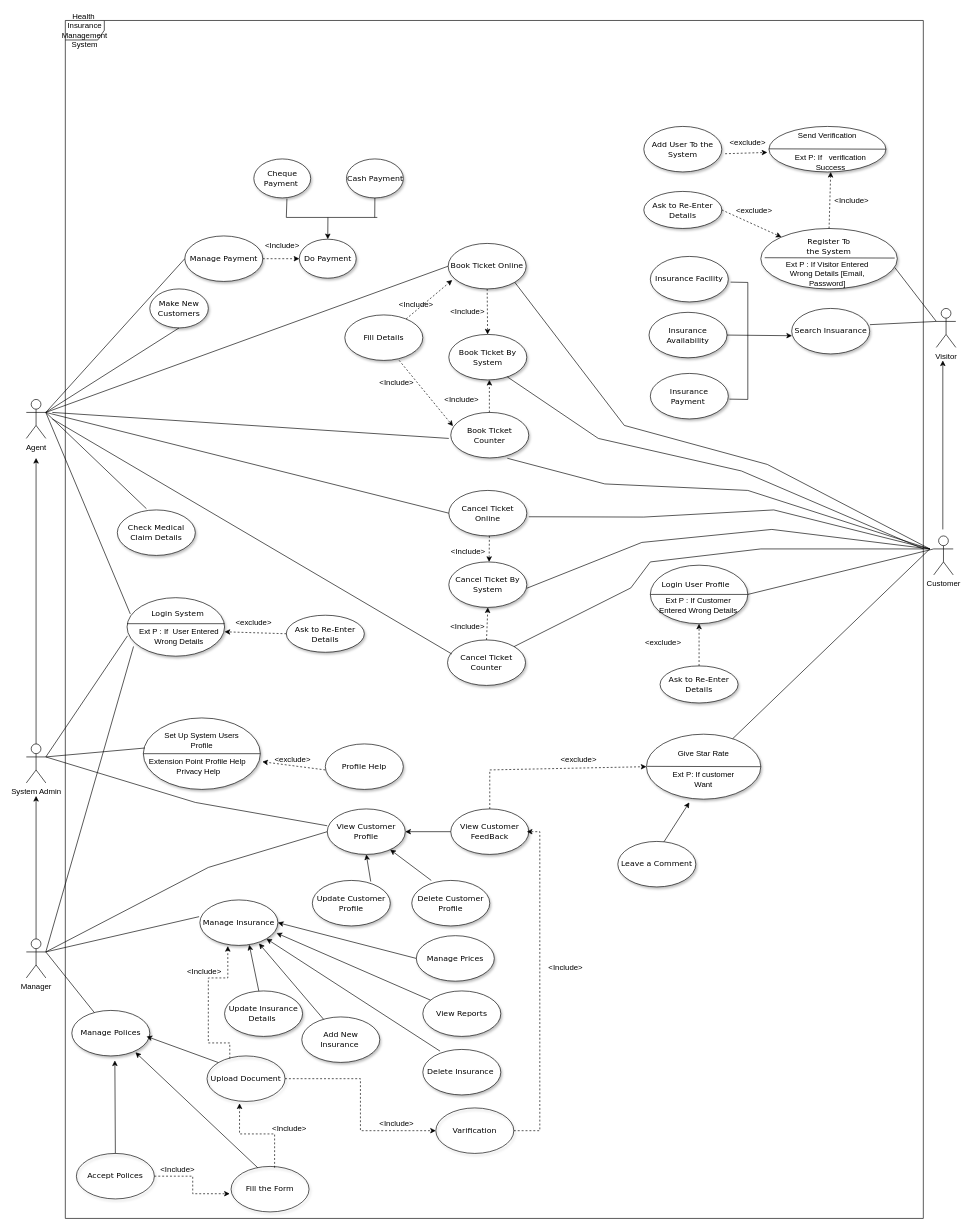
rivinduchamath/Helth-Insurance- keeps this draw.io diagram as Untitled Diagram.drawio. Above is the earlier version. Source tidied: cells renumbered, new cells numbered last; positions are measured from the earlier drawing's top-left corner, leaving out a move shared by most shapes. Both pictures are drawn from the tidied source at 65%, with x=0, y=0 at pixel (26, 20).
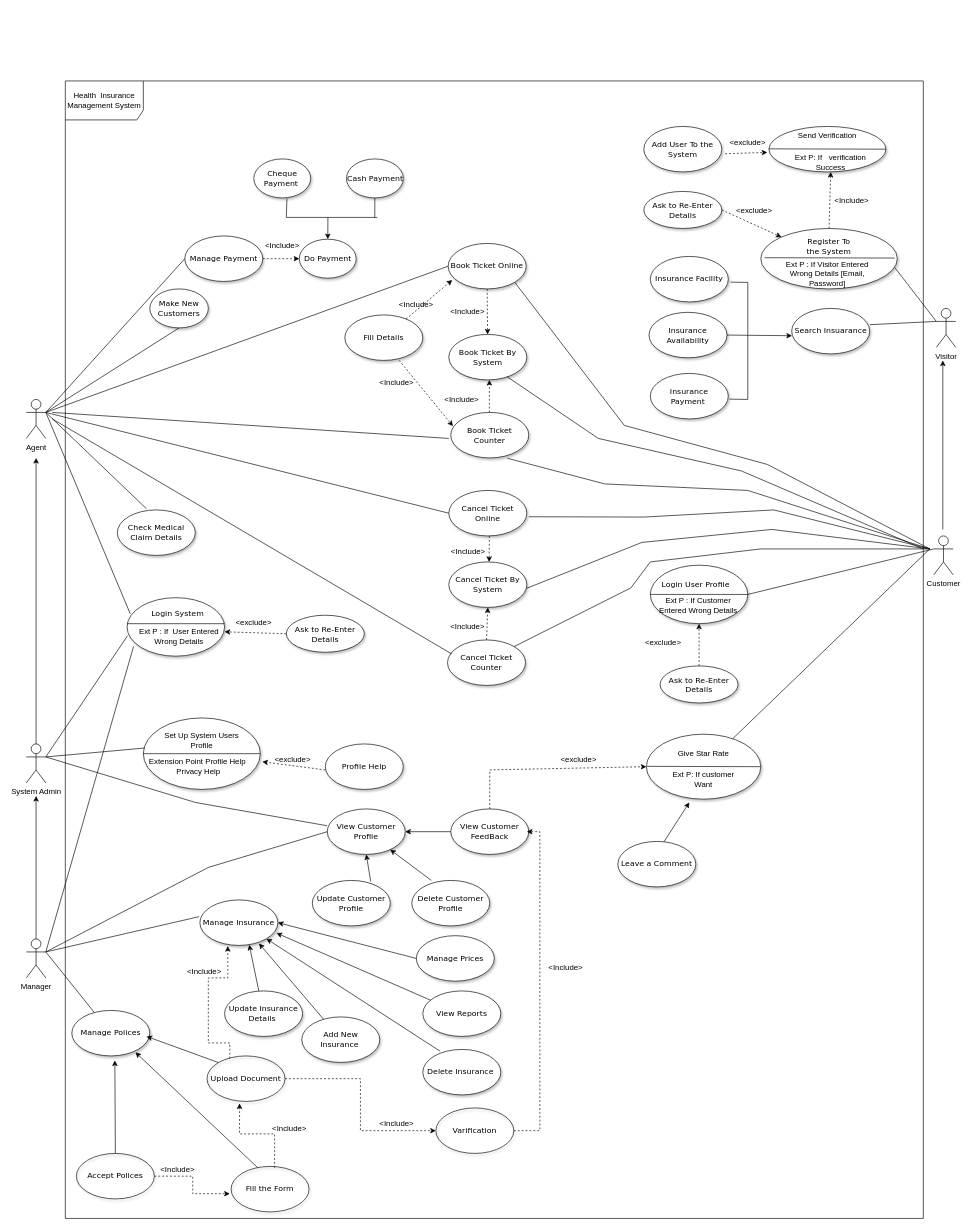
The same diagram, later.

What changed in the source:
```diff
@@
-    <mxCell id="2" value="Health&amp;nbsp; Insurance Management System" style="shape=umlFrame;whiteSpace=wrap;html=1;" parent="1" vertex="1">
-      <mxGeometry x="60" width="1320" height="1843" as="geometry" />
+    <mxCell id="2" value="Health&amp;nbsp; Insurance Management System" style="shape=umlFrame;whiteSpace=wrap;html=1;width=120;height=60;" parent="1" vertex="1">
+      <mxGeometry x="60" y="93" width="1320" height="1750" as="geometry" />
     </mxCell>
```
